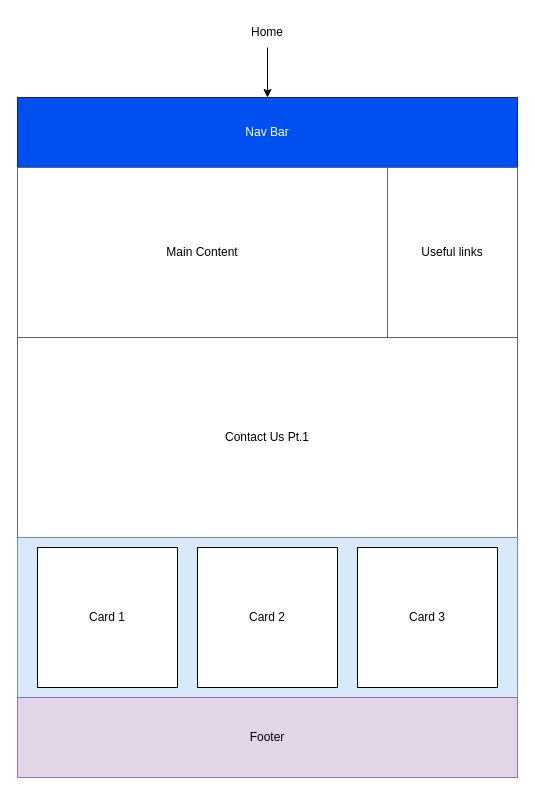
Above: page "Home" (1 of 4) of wireframe.drawio in Travis-DV/WGU_D279-Project-Proposal-with-Strategies (draw.io), before the change. Source tidied: cells renumbered, new cells numbered last; positions are measured from the earlier drawing's top-left corner, leaving out a move shared by most shapes. Both pictures are drawn from the tidied source at 100%, with x=0, y=0 at pixel (17, 17).
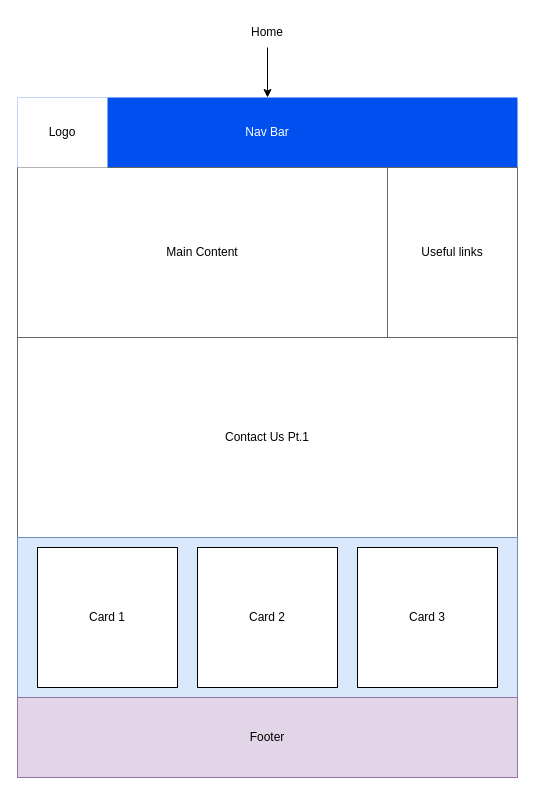
The same page after the edit.

What changed in the source:
```diff
@@
 <mxGraphModel>
   <root>
     <mxCell id="0" />
     <mxCell id="1" parent="0" />
-    <mxCell id="2" value="Nav Bar" style="rounded=0;whiteSpace=wrap;html=1;fillColor=#0050ef;fontColor=#ffffff;strokeColor=#001DBC;" parent="1" vertex="1">
+    <mxCell id="2" value="Nav Bar" style="rounded=0;whiteSpace=wrap;html=1;fillColor=#0050ef;fontColor=#ffffff;strokeColor=none;" parent="1" vertex="1">
       <mxGeometry y="80" width="500" height="70" as="geometry" />
     </mxCell>
     <mxCell id="3" value="Main Content" style="rounded=0;whiteSpace=wrap;html=1;fillColor=light-dark(#FFFFFF,#FFFFFF);strokeColor=light-dark(#666666,transparent);fontColor=light-dark(#000000,#000000);" parent="1" vertex="1">
       <mxGeometry y="150" width="370" height="170" as="geometry" />
     </mxCell>
     <mxCell id="4" value="Useful links" style="rounded=0;whiteSpace=wrap;html=1;fillColor=light-dark(#FFFFFF,#FFFFFF);strokeColor=light-dark(#666666,transparent);fontColor=light-dark(#000000,#000000);" parent="1" vertex="1">
       <mxGeometry x="370" y="150" width="130" height="170" as="geometry" />
     </mxCell>
     <mxCell id="5" value="Contact Us Pt.1" style="rounded=0;whiteSpace=wrap;html=1;fillColor=light-dark(#FFFFFF,#FFFFFF);strokeColor=light-dark(#666666,transparent);fontColor=light-dark(#000000,#000000);" parent="1" vertex="1">
       <mxGeometry y="320" width="500" height="200" as="geometry" />
     </mxCell>
     <mxCell id="6" style="edgeStyle=orthogonalEdgeStyle;rounded=0;jettySize=auto;html=1;exitX=0.5;exitY=1;exitDx=0;exitDy=0;" parent="1" edge="1" source="7" target="2">
       <mxGeometry relative="1" as="geometry" />
     </mxCell>
     <mxCell id="7" value="&lt;div&gt;Home&lt;/div&gt;" style="text;html=1;whiteSpace=wrap;strokeColor=none;fillColor=none;align=center;verticalAlign=middle;rounded=0;" parent="1" vertex="1">
       <mxGeometry x="220" width="60" height="30" as="geometry" />
     </mxCell>
     <mxCell id="8" style="rounded=0;whiteSpace=wrap;html=1;fillColor=#dae8fc;strokeColor=#6c8ebf;" parent="1" vertex="1">
       <mxGeometry y="520" width="500" height="160" as="geometry" />
     </mxCell>
     <mxCell id="9" value="Card 1" style="rounded=0;whiteSpace=wrap;html=1;" parent="1" vertex="1">
       <mxGeometry x="20" y="530" width="140" height="140" as="geometry" />
     </mxCell>
     <mxCell id="10" value="Card 2" style="rounded=0;whiteSpace=wrap;html=1;" parent="1" vertex="1">
       <mxGeometry x="180" y="530" width="140" height="140" as="geometry" />
     </mxCell>
     <mxCell id="11" value="Card 3" style="rounded=0;whiteSpace=wrap;html=1;" parent="1" vertex="1">
       <mxGeometry x="340" y="530" width="140" height="140" as="geometry" />
     </mxCell>
     <mxCell id="12" value="Footer" style="rounded=0;whiteSpace=wrap;html=1;fillColor=#e1d5e7;strokeColor=#9673a6;" parent="1" vertex="1">
       <mxGeometry y="680" width="500" height="80" as="geometry" />
     </mxCell>
+    <mxCell id="13" value="Logo" style="rounded=0;whiteSpace=wrap;html=1;strokeColor=none;" parent="1" vertex="1">
+      <mxGeometry y="80" width="90" height="70" as="geometry" />
+    </mxCell>
   </root>
 </mxGraphModel>
```
